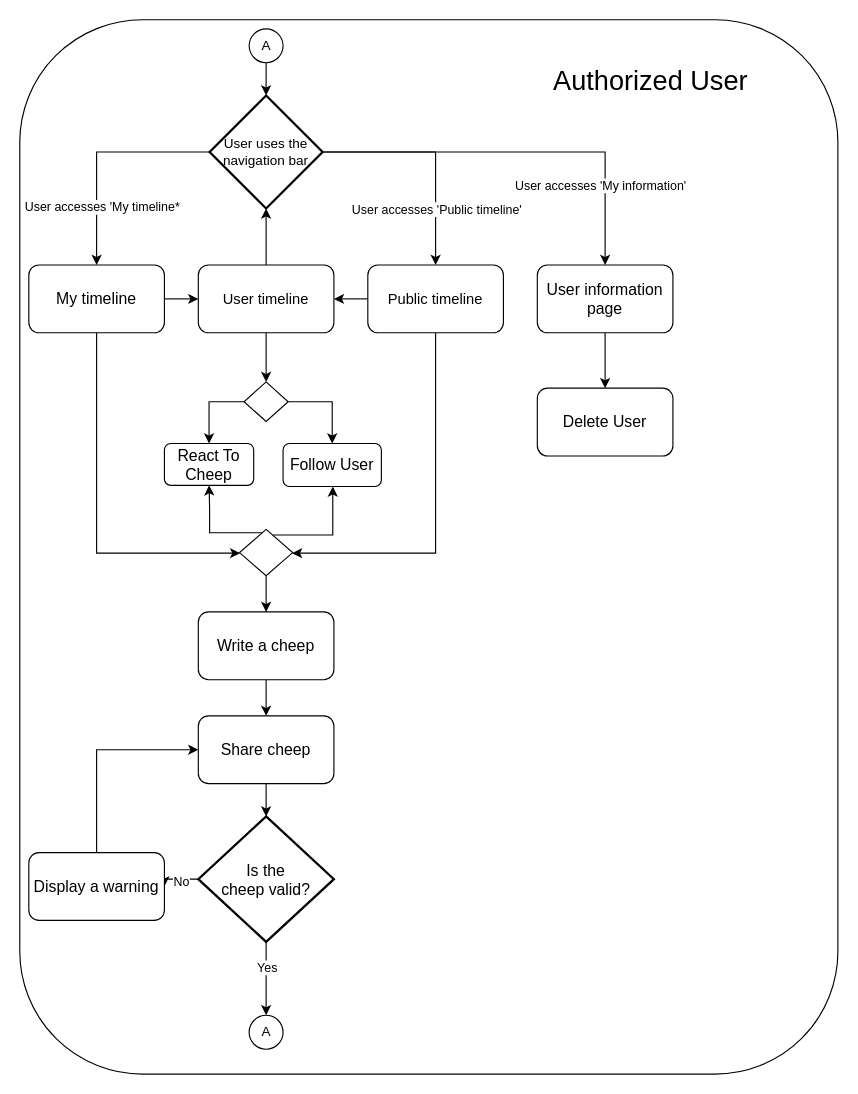
The draw.io diagram docs/diagrams/UserActivityAuthorized.drawio in ITU-BDSA23-GROUP21/Chirp, before the edit. Source tidied: cells renumbered, new cells numbered last; positions are measured from the earlier drawing's top-left corner, leaving out a move shared by most shapes. Both pictures are drawn from the tidied source at 113%, with x=0, y=0 at pixel (19, 19).
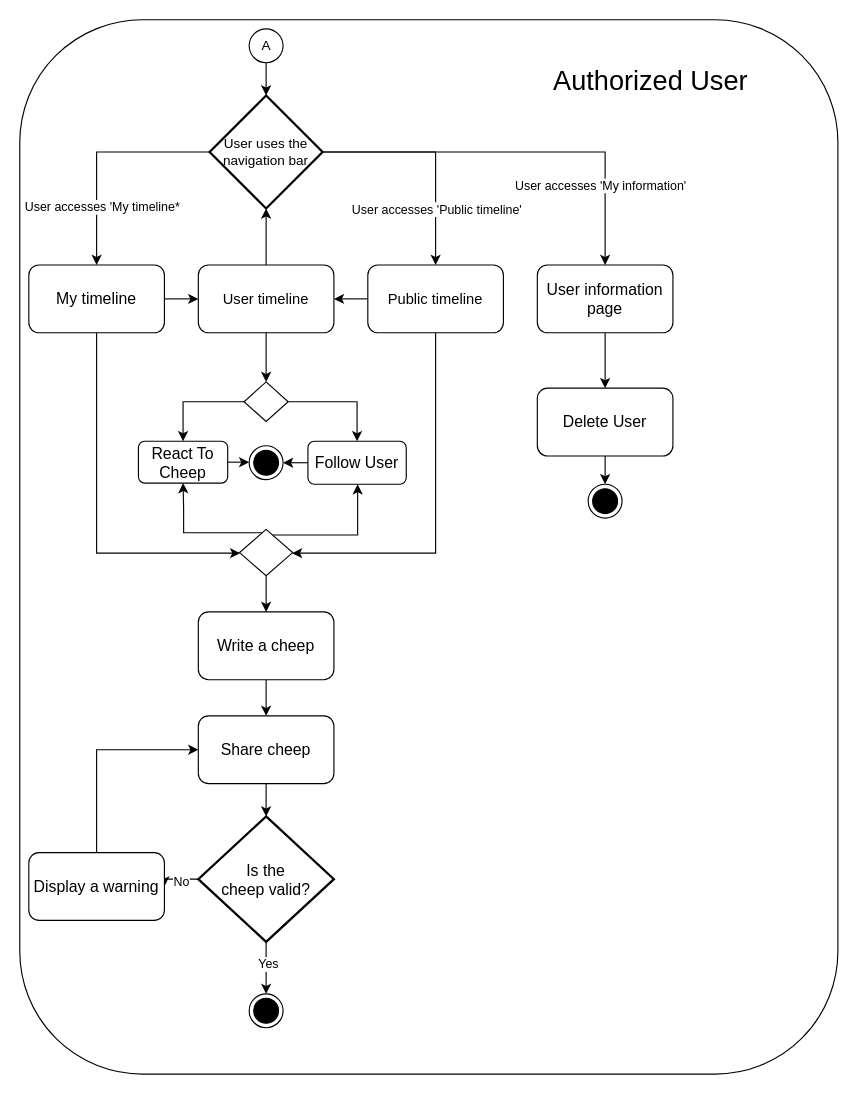
After the change.

Commit message (it also covers changes not shown here):
Small user activity fixes

The change refers to these unchanged cells:
```xml
<mxCell id="15" value="&lt;font style=&quot;font-size: 14px;&quot;&gt;Is the &lt;br&gt;cheep valid?&lt;/font&gt;" style="strokeWidth=2;html=1;shape=mxgraph.flowchart.decision;whiteSpace=wrap;" parent="1" vertex="1">
  <mxGeometry x="158" y="705" width="120" height="111" as="geometry" />
</mxCell>
<mxCell id="37" style="rhombus;whiteSpace=wrap;html=1;" parent="1" vertex="1">
  <mxGeometry x="194.5" y="451" width="47" height="41" as="geometry" />
</mxCell>
<mxCell id="42" style="rhombus;whiteSpace=wrap;html=1;" parent="1" vertex="1">
  <mxGeometry x="198.5" y="320.5" width="39" height="35" as="geometry" />
</mxCell>
<mxCell id="45" value="&lt;font style=&quot;font-size: 14px;&quot;&gt;Delete User&lt;/font&gt;" style="rounded=1;whiteSpace=wrap;html=1;" parent="1" vertex="1">
  <mxGeometry x="458" y="326" width="120" height="60" as="geometry" />
</mxCell>
```

The edit, as a diff of the source:
```diff
@@
-    <mxCell id="13" style="edgeStyle=orthogonalEdgeStyle;rounded=0;jettySize=auto;html=1;exitX=0.5;exitY=1;exitDx=0;exitDy=0;exitPerimeter=0;entryX=0.5;entryY=0;entryDx=0;entryDy=0;" parent="1" edge="1" source="15" target="19">
-      <mxGeometry relative="1" as="geometry" />
-    </mxCell>
+    <mxCell id="46" style="edgeStyle=orthogonalEdgeStyle;rounded=0;jettySize=auto;html=1;" parent="1" edge="1" source="15" target="50">
+      <mxGeometry relative="1" as="geometry" />
+    </mxCell>
-    <mxCell id="14" value="Yes" style="edgeLabel;html=1;align=center;verticalAlign=middle;" parent="13" vertex="1">
-      <mxGeometry x="-0.32" relative="1" as="geometry" />
+    <mxCell id="14" value="Yes" style="edgeLabel;html=1;align=center;verticalAlign=middle;" parent="46" vertex="1">
+      <mxGeometry x="-0.17" y="1" relative="1" as="geometry" />
     </mxCell>
@@
-    <mxCell id="19" value="A" style="ellipse;html=1;" parent="1" vertex="1">
-      <mxGeometry x="203" y="881" width="30" height="30" as="geometry" />
-    </mxCell>
@@
     <mxCell id="35" style="edgeStyle=orthogonalEdgeStyle;rounded=0;jettySize=auto;html=1;entryX=0.5;entryY=1;entryDx=0;entryDy=0;" parent="1" edge="1" source="37" target="38">
       <mxGeometry relative="1" as="geometry">
         <Array as="points">
-          <mxPoint x="168" y="454" />
-          <mxPoint x="168" y="432" />
+          <mxPoint x="145" y="454" />
+          <mxPoint x="145" y="432" />
         </Array>
       </mxGeometry>
     </mxCell>
     <mxCell id="36" style="edgeStyle=orthogonalEdgeStyle;rounded=0;jettySize=auto;html=1;" parent="1" edge="1" source="37" target="39">
       <mxGeometry relative="1" as="geometry">
         <Array as="points">
-          <mxPoint x="277" y="456" />
+          <mxPoint x="299" y="456" />
         </Array>
       </mxGeometry>
     </mxCell>
@@
+    <mxCell id="47" style="edgeStyle=orthogonalEdgeStyle;rounded=0;jettySize=auto;html=1;exitX=1;exitY=0.5;exitDx=0;exitDy=0;entryX=0;entryY=0.5;entryDx=0;entryDy=0;" parent="1" edge="1" source="38" target="51">
+      <mxGeometry relative="1" as="geometry" />
+    </mxCell>
     <mxCell id="38" value="&lt;font style=&quot;font-size: 14px;&quot;&gt;React To Cheep&lt;/font&gt;" style="rounded=1;whiteSpace=wrap;html=1;" parent="1" vertex="1">
-      <mxGeometry x="128" y="375" width="79" height="37" as="geometry" />
+      <mxGeometry x="105" y="373" width="79" height="37" as="geometry" />
     </mxCell>
+    <mxCell id="48" style="edgeStyle=orthogonalEdgeStyle;rounded=0;jettySize=auto;html=1;exitX=0;exitY=0.5;exitDx=0;exitDy=0;entryX=1;entryY=0.5;entryDx=0;entryDy=0;" parent="1" edge="1" source="39" target="51">
+      <mxGeometry relative="1" as="geometry" />
+    </mxCell>
     <mxCell id="39" value="&lt;font style=&quot;font-size: 14px;&quot;&gt;Follow User&lt;/font&gt;" style="rounded=1;whiteSpace=wrap;html=1;" parent="1" vertex="1">
-      <mxGeometry x="233" y="375" width="87" height="38" as="geometry" />
+      <mxGeometry x="255" y="373" width="87" height="38" as="geometry" />
     </mxCell>
     <mxCell id="40" style="edgeStyle=orthogonalEdgeStyle;rounded=0;jettySize=auto;html=1;entryX=0.5;entryY=0;entryDx=0;entryDy=0;exitX=0;exitY=0.5;exitDx=0;exitDy=0;" parent="1" edge="1" source="42" target="38">
       <mxGeometry relative="1" as="geometry">
         <Array as="points">
-          <mxPoint x="168" y="338" />
+          <mxPoint x="145" y="338" />
         </Array>
       </mxGeometry>
     </mxCell>
-    <mxCell id="41" style="edgeStyle=orthogonalEdgeStyle;rounded=0;jettySize=auto;html=1;entryX=0.5;entryY=0;entryDx=0;entryDy=0;" parent="1" edge="1" source="42" target="39">
-      <mxGeometry relative="1" as="geometry">
-        <Array as="points">
-          <mxPoint x="277" y="338" />
-        </Array>
-      </mxGeometry>
+    <mxCell id="41" style="edgeStyle=orthogonalEdgeStyle;rounded=0;jettySize=auto;html=1;" parent="1" edge="1" source="42" target="39">
+      <mxGeometry relative="1" as="geometry" />
     </mxCell>
@@
+    <mxCell id="49" style="edgeStyle=orthogonalEdgeStyle;rounded=0;jettySize=auto;html=1;" parent="1" edge="1" source="45" target="52">
+      <mxGeometry relative="1" as="geometry" />
+    </mxCell>
@@
+    <mxCell id="50" style="ellipse;html=1;shape=endState;fillColor=strokeColor;" parent="1" vertex="1">
+      <mxGeometry x="203" y="862" width="30" height="30" as="geometry" />
+    </mxCell>
+    <mxCell id="51" style="ellipse;html=1;shape=endState;fillColor=strokeColor;" parent="1" vertex="1">
+      <mxGeometry x="203" y="377" width="30" height="30" as="geometry" />
+    </mxCell>
+    <mxCell id="52" style="ellipse;html=1;shape=endState;fillColor=strokeColor;" parent="1" vertex="1">
+      <mxGeometry x="503" y="411" width="30" height="30" as="geometry" />
+    </mxCell>
```
